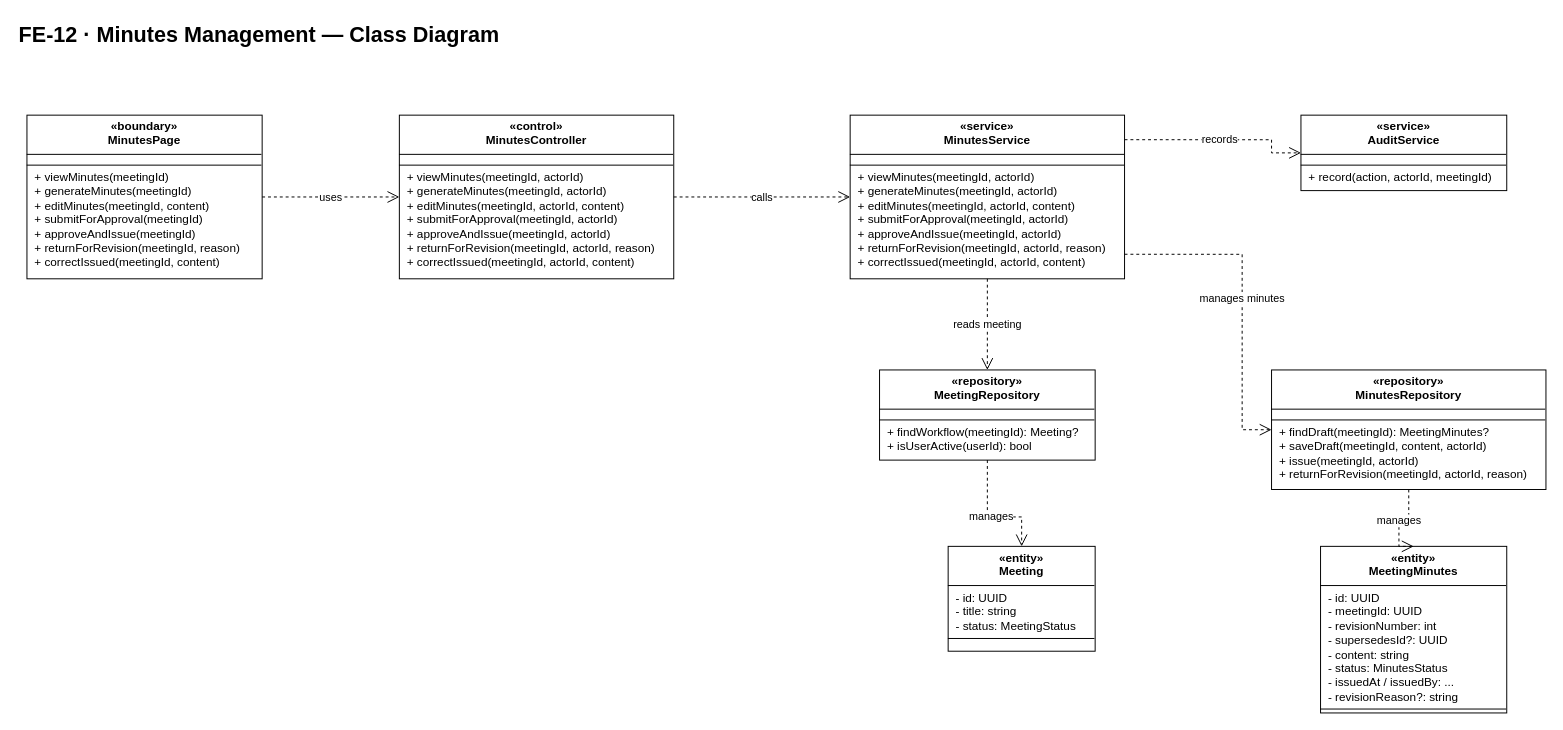
This is docs/07-classdiagram/feature-12-minutes-management-class-diagram.drawio from callmehai/FU-FA26-G116, a draw.io file, before an edit. Source tidied: cells renumbered, new cells numbered last; positions are measured from the earlier drawing's top-left corner, leaving out a move shared by most shapes. Both pictures are drawn from the tidied source at 98%, with x=0, y=0 at pixel (17, 17).
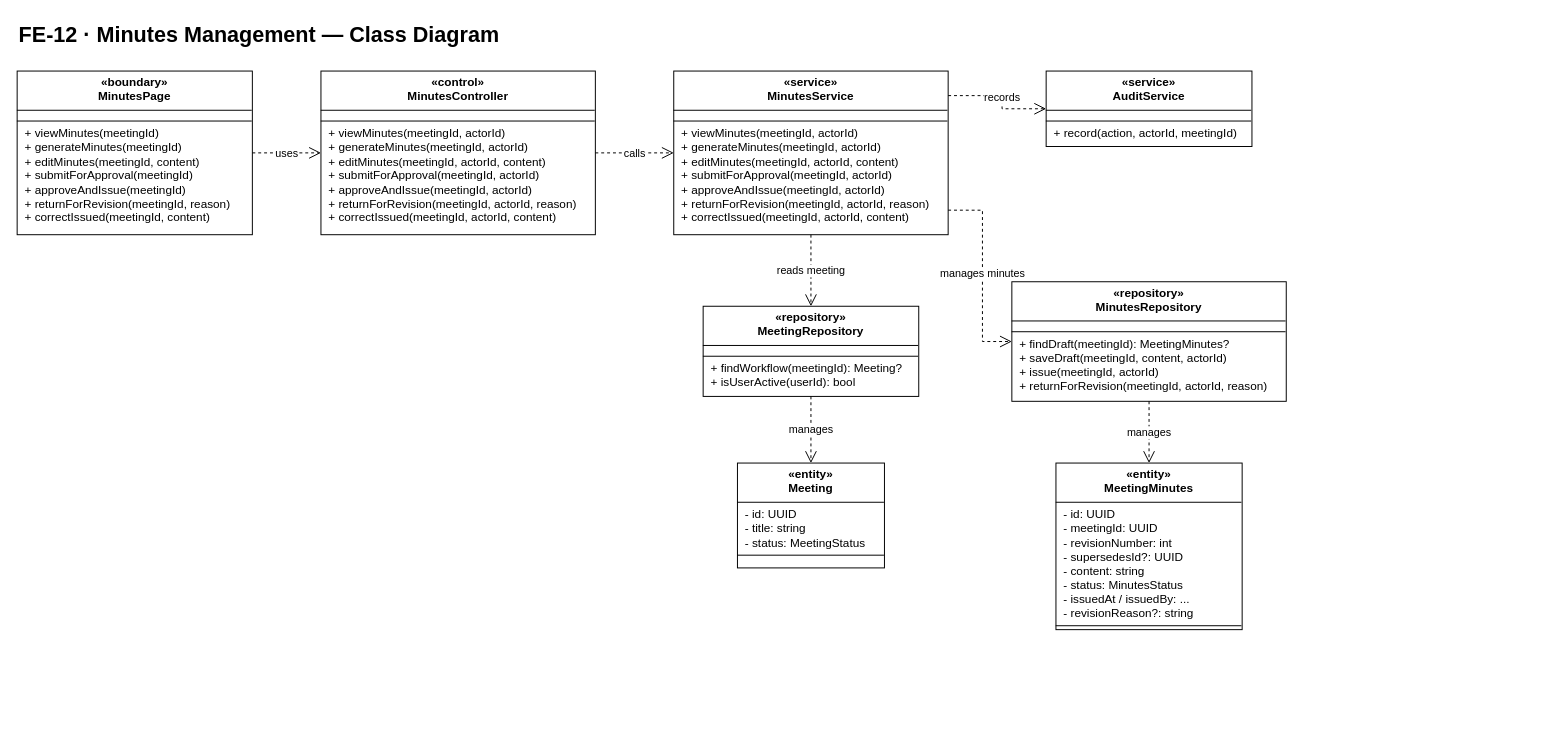
Above is the later version.

Diff of the diagram source:
```diff
@@
     <mxCell id="3" value="&lt;div style=&quot;text-align:center;font-weight:bold;padding:5px 4px 4px 4px;height:31px;&quot;&gt;«boundary»&lt;br&gt;MinutesPage&lt;/div&gt;&lt;hr style=&quot;margin:0;border:none;border-top:1px solid #000000;height:0;&quot;&gt;&lt;div style=&quot;text-align:left;padding:5px 8px 5px 8px;white-space:nowrap;&quot;&gt;&lt;/div&gt;&lt;hr style=&quot;margin:0;border:none;border-top:1px solid #000000;height:0;&quot;&gt;&lt;div style=&quot;text-align:left;padding:5px 8px 5px 8px;white-space:nowrap;&quot;&gt;+ viewMinutes(meetingId)&lt;br&gt;+ generateMinutes(meetingId)&lt;br&gt;+ editMinutes(meetingId, content)&lt;br&gt;+ submitForApproval(meetingId)&lt;br&gt;+ approveAndIssue(meetingId)&lt;br&gt;+ returnForRevision(meetingId, reason)&lt;br&gt;+ correctIssued(meetingId, content)&lt;/div&gt;" style="rounded=0;whiteSpace=wrap;html=1;align=left;verticalAlign=top;spacing=0;overflow=fill;fillColor=#ffffff;strokeColor=#000000;fontSize=12;fontFamily=Helvetica;fontColor=#000000;" parent="1" vertex="1">
-      <mxGeometry x="10" y="100" width="240" height="167" as="geometry" />
+      <mxGeometry y="55" width="240" height="167" as="geometry" />
     </mxCell>
     <mxCell id="4" value="&lt;div style=&quot;text-align:center;font-weight:bold;padding:5px 4px 4px 4px;height:31px;&quot;&gt;«control»&lt;br&gt;MinutesController&lt;/div&gt;&lt;hr style=&quot;margin:0;border:none;border-top:1px solid #000000;height:0;&quot;&gt;&lt;div style=&quot;text-align:left;padding:5px 8px 5px 8px;white-space:nowrap;&quot;&gt;&lt;/div&gt;&lt;hr style=&quot;margin:0;border:none;border-top:1px solid #000000;height:0;&quot;&gt;&lt;div style=&quot;text-align:left;padding:5px 8px 5px 8px;white-space:nowrap;&quot;&gt;+ viewMinutes(meetingId, actorId)&lt;br&gt;+ generateMinutes(meetingId, actorId)&lt;br&gt;+ editMinutes(meetingId, actorId, content)&lt;br&gt;+ submitForApproval(meetingId, actorId)&lt;br&gt;+ approveAndIssue(meetingId, actorId)&lt;br&gt;+ returnForRevision(meetingId, actorId, reason)&lt;br&gt;+ correctIssued(meetingId, actorId, content)&lt;/div&gt;" style="rounded=0;whiteSpace=wrap;html=1;align=left;verticalAlign=top;spacing=0;overflow=fill;fillColor=#ffffff;strokeColor=#000000;fontSize=12;fontFamily=Helvetica;fontColor=#000000;" parent="1" vertex="1">
-      <mxGeometry x="390" y="100" width="280" height="167" as="geometry" />
+      <mxGeometry x="310" y="55" width="280" height="167" as="geometry" />
     </mxCell>
     <mxCell id="5" value="&lt;div style=&quot;text-align:center;font-weight:bold;padding:5px 4px 4px 4px;height:31px;&quot;&gt;«service»&lt;br&gt;MinutesService&lt;/div&gt;&lt;hr style=&quot;margin:0;border:none;border-top:1px solid #000000;height:0;&quot;&gt;&lt;div style=&quot;text-align:left;padding:5px 8px 5px 8px;white-space:nowrap;&quot;&gt;&lt;/div&gt;&lt;hr style=&quot;margin:0;border:none;border-top:1px solid #000000;height:0;&quot;&gt;&lt;div style=&quot;text-align:left;padding:5px 8px 5px 8px;white-space:nowrap;&quot;&gt;+ viewMinutes(meetingId, actorId)&lt;br&gt;+ generateMinutes(meetingId, actorId)&lt;br&gt;+ editMinutes(meetingId, actorId, content)&lt;br&gt;+ submitForApproval(meetingId, actorId)&lt;br&gt;+ approveAndIssue(meetingId, actorId)&lt;br&gt;+ returnForRevision(meetingId, actorId, reason)&lt;br&gt;+ correctIssued(meetingId, actorId, content)&lt;/div&gt;" style="rounded=0;whiteSpace=wrap;html=1;align=left;verticalAlign=top;spacing=0;overflow=fill;fillColor=#ffffff;strokeColor=#000000;fontSize=12;fontFamily=Helvetica;fontColor=#000000;" parent="1" vertex="1">
-      <mxGeometry x="850" y="100" width="280" height="167" as="geometry" />
+      <mxGeometry x="670" y="55" width="280" height="167" as="geometry" />
     </mxCell>
     <mxCell id="6" value="&lt;div style=&quot;text-align:center;font-weight:bold;padding:5px 4px 4px 4px;height:31px;&quot;&gt;«service»&lt;br&gt;AuditService&lt;/div&gt;&lt;hr style=&quot;margin:0;border:none;border-top:1px solid #000000;height:0;&quot;&gt;&lt;div style=&quot;text-align:left;padding:5px 8px 5px 8px;white-space:nowrap;&quot;&gt;&lt;/div&gt;&lt;hr style=&quot;margin:0;border:none;border-top:1px solid #000000;height:0;&quot;&gt;&lt;div style=&quot;text-align:left;padding:5px 8px 5px 8px;white-space:nowrap;&quot;&gt;+ record(action, actorId, meetingId)&lt;/div&gt;" style="rounded=0;whiteSpace=wrap;html=1;align=left;verticalAlign=top;spacing=0;overflow=fill;fillColor=#ffffff;strokeColor=#000000;fontSize=12;fontFamily=Helvetica;fontColor=#000000;" parent="1" vertex="1">
-      <mxGeometry x="1310" y="100" width="210" height="77" as="geometry" />
+      <mxGeometry x="1050" y="55" width="210" height="77" as="geometry" />
     </mxCell>
     <mxCell id="7" value="&lt;div style=&quot;text-align:center;font-weight:bold;padding:5px 4px 4px 4px;height:31px;&quot;&gt;«repository»&lt;br&gt;MeetingRepository&lt;/div&gt;&lt;hr style=&quot;margin:0;border:none;border-top:1px solid #000000;height:0;&quot;&gt;&lt;div style=&quot;text-align:left;padding:5px 8px 5px 8px;white-space:nowrap;&quot;&gt;&lt;/div&gt;&lt;hr style=&quot;margin:0;border:none;border-top:1px solid #000000;height:0;&quot;&gt;&lt;div style=&quot;text-align:left;padding:5px 8px 5px 8px;white-space:nowrap;&quot;&gt;+ findWorkflow(meetingId): Meeting?&lt;br&gt;+ isUserActive(userId): bool&lt;/div&gt;" style="rounded=0;whiteSpace=wrap;html=1;align=left;verticalAlign=top;spacing=0;overflow=fill;fillColor=#ffffff;strokeColor=#000000;fontSize=12;fontFamily=Helvetica;fontColor=#000000;" parent="1" vertex="1">
-      <mxGeometry x="880" y="360" width="220" height="92" as="geometry" />
+      <mxGeometry x="700" y="295" width="220" height="92" as="geometry" />
     </mxCell>
     <mxCell id="8" value="&lt;div style=&quot;text-align:center;font-weight:bold;padding:5px 4px 4px 4px;height:31px;&quot;&gt;«repository»&lt;br&gt;MinutesRepository&lt;/div&gt;&lt;hr style=&quot;margin:0;border:none;border-top:1px solid #000000;height:0;&quot;&gt;&lt;div style=&quot;text-align:left;padding:5px 8px 5px 8px;white-space:nowrap;&quot;&gt;&lt;/div&gt;&lt;hr style=&quot;margin:0;border:none;border-top:1px solid #000000;height:0;&quot;&gt;&lt;div style=&quot;text-align:left;padding:5px 8px 5px 8px;white-space:nowrap;&quot;&gt;+ findDraft(meetingId): MeetingMinutes?&lt;br&gt;+ saveDraft(meetingId, content, actorId)&lt;br&gt;+ issue(meetingId, actorId)&lt;br&gt;+ returnForRevision(meetingId, actorId, reason)&lt;/div&gt;" style="rounded=0;whiteSpace=wrap;html=1;align=left;verticalAlign=top;spacing=0;overflow=fill;fillColor=#ffffff;strokeColor=#000000;fontSize=12;fontFamily=Helvetica;fontColor=#000000;" parent="1" vertex="1">
-      <mxGeometry x="1280" y="360" width="280" height="122" as="geometry" />
+      <mxGeometry x="1015" y="270" width="280" height="122" as="geometry" />
     </mxCell>
     <mxCell id="9" value="&lt;div style=&quot;text-align:center;font-weight:bold;padding:5px 4px 4px 4px;height:31px;&quot;&gt;«entity»&lt;br&gt;Meeting&lt;/div&gt;&lt;hr style=&quot;margin:0;border:none;border-top:1px solid #000000;height:0;&quot;&gt;&lt;div style=&quot;text-align:left;padding:5px 8px 5px 8px;white-space:nowrap;&quot;&gt;- id: UUID&lt;br&gt;- title: string&lt;br&gt;- status: MeetingStatus&lt;/div&gt;&lt;hr style=&quot;margin:0;border:none;border-top:1px solid #000000;height:0;&quot;&gt;&lt;div style=&quot;text-align:left;padding:5px 8px 5px 8px;white-space:nowrap;&quot;&gt;&lt;/div&gt;" style="rounded=0;whiteSpace=wrap;html=1;align=left;verticalAlign=top;spacing=0;overflow=fill;fillColor=#ffffff;strokeColor=#000000;fontSize=12;fontFamily=Helvetica;fontColor=#000000;" parent="1" vertex="1">
-      <mxGeometry x="950" y="540" width="150" height="107" as="geometry" />
+      <mxGeometry x="735" y="455" width="150" height="107" as="geometry" />
     </mxCell>
     <mxCell id="10" value="&lt;div style=&quot;text-align:center;font-weight:bold;padding:5px 4px 4px 4px;height:31px;&quot;&gt;«entity»&lt;br&gt;MeetingMinutes&lt;/div&gt;&lt;hr style=&quot;margin:0;border:none;border-top:1px solid #000000;height:0;&quot;&gt;&lt;div style=&quot;text-align:left;padding:5px 8px 5px 8px;white-space:nowrap;&quot;&gt;- id: UUID&lt;br&gt;- meetingId: UUID&lt;br&gt;- revisionNumber: int&lt;br&gt;- supersedesId?: UUID&lt;br&gt;- content: string&lt;br&gt;- status: MinutesStatus&lt;br&gt;- issuedAt / issuedBy: ...&lt;br&gt;- revisionReason?: string&lt;/div&gt;&lt;hr style=&quot;margin:0;border:none;border-top:1px solid #000000;height:0;&quot;&gt;&lt;div style=&quot;text-align:left;padding:5px 8px 5px 8px;white-space:nowrap;&quot;&gt;&lt;/div&gt;" style="rounded=0;whiteSpace=wrap;html=1;align=left;verticalAlign=top;spacing=0;overflow=fill;fillColor=#ffffff;strokeColor=#000000;fontSize=12;fontFamily=Helvetica;fontColor=#000000;" parent="1" vertex="1">
-      <mxGeometry x="1330" y="540" width="190" height="170" as="geometry" />
+      <mxGeometry x="1060" y="455" width="190" height="170" as="geometry" />
     </mxCell>
-    <mxCell id="11" value="uses" style="edgeStyle=orthogonalEdgeStyle;jettySize=auto;html=1;dashed=1;endArrow=open;labelBackgroundColor=#ffffff;rounded=0;endSize=10;fontSize=11;fontFamily=Helvetica;exitX=1;exitY=0.5;exitDx=0;exitDy=0;entryX=0;entryY=0.5;entryDx=0;entryDy=0;" parent="1" edge="1" source="3" target="4">
+    <mxCell id="11" value="uses" style="edgeStyle=orthogonalEdgeStyle;jettySize=auto;html=1;dashed=1;endArrow=open;labelBackgroundColor=#ffffff;rounded=0;endSize=10;fontSize=11;fontFamily=Helvetica;exitDx=0;exitDy=0;entryDx=0;entryDy=0;exitX=1;exitY=0.5;entryX=0;entryY=0.5;" parent="1" edge="1" source="3" target="4">
       <mxGeometry relative="1" as="geometry" />
     </mxCell>
-    <mxCell id="12" value="calls" style="edgeStyle=orthogonalEdgeStyle;jettySize=auto;html=1;dashed=1;endArrow=open;labelBackgroundColor=#ffffff;rounded=0;endSize=10;fontSize=11;fontFamily=Helvetica;exitX=1;exitY=0.5;exitDx=0;exitDy=0;entryX=0;entryY=0.5;entryDx=0;entryDy=0;" parent="1" edge="1" source="4" target="5">
+    <mxCell id="12" value="calls" style="edgeStyle=orthogonalEdgeStyle;jettySize=auto;html=1;dashed=1;endArrow=open;labelBackgroundColor=#ffffff;rounded=0;endSize=10;fontSize=11;fontFamily=Helvetica;exitDx=0;exitDy=0;entryDx=0;entryDy=0;exitX=1;exitY=0.5;entryX=0;entryY=0.5;" parent="1" edge="1" source="4" target="5">
       <mxGeometry relative="1" as="geometry" />
     </mxCell>
-    <mxCell id="13" value="reads meeting" style="edgeStyle=orthogonalEdgeStyle;jettySize=auto;html=1;dashed=1;endArrow=open;labelBackgroundColor=#ffffff;rounded=0;endSize=10;fontSize=11;fontFamily=Helvetica;exitX=0.5;exitY=1;exitDx=0;exitDy=0;entryX=0.5;entryY=0;entryDx=0;entryDy=0;" parent="1" edge="1" source="5" target="7">
+    <mxCell id="13" value="reads meeting" style="edgeStyle=orthogonalEdgeStyle;jettySize=auto;html=1;dashed=1;endArrow=open;labelBackgroundColor=#ffffff;rounded=0;endSize=10;fontSize=11;fontFamily=Helvetica;exitDx=0;exitDy=0;entryDx=0;entryDy=0;exitX=0.5;exitY=1;entryX=0.5;entryY=0;" parent="1" edge="1" source="5" target="7">
       <mxGeometry relative="1" as="geometry" />
     </mxCell>
-    <mxCell id="14" value="manages minutes" style="edgeStyle=orthogonalEdgeStyle;jettySize=auto;html=1;dashed=1;endArrow=open;labelBackgroundColor=#ffffff;rounded=0;endSize=10;fontSize=11;fontFamily=Helvetica;exitX=1;exitY=0.85;exitDx=0;exitDy=0;entryX=0;entryY=0.5;entryDx=0;entryDy=0;" parent="1" edge="1" source="5" target="8">
+    <mxCell id="14" value="manages minutes" style="edgeStyle=orthogonalEdgeStyle;jettySize=auto;html=1;dashed=1;endArrow=open;labelBackgroundColor=#ffffff;rounded=0;endSize=10;fontSize=11;fontFamily=Helvetica;exitDx=0;exitDy=0;entryDx=0;entryDy=0;exitX=1;exitY=0.85;entryX=0;entryY=0.5;" parent="1" edge="1" source="5" target="8">
       <mxGeometry relative="1" as="geometry">
         <Array as="points">
-          <mxPoint x="1250" y="241.9" />
-          <mxPoint x="1250" y="421" />
+          <mxPoint x="985" y="197" />
+          <mxPoint x="985" y="331" />
         </Array>
       </mxGeometry>
     </mxCell>
-    <mxCell id="15" value="records" style="edgeStyle=orthogonalEdgeStyle;jettySize=auto;html=1;dashed=1;endArrow=open;labelBackgroundColor=#ffffff;rounded=0;endSize=10;fontSize=11;fontFamily=Helvetica;exitX=1;exitY=0.15;exitDx=0;exitDy=0;entryX=0;entryY=0.5;entryDx=0;entryDy=0;" parent="1" edge="1" source="5" target="6">
+    <mxCell id="15" value="records" style="edgeStyle=orthogonalEdgeStyle;jettySize=auto;html=1;dashed=1;endArrow=open;labelBackgroundColor=#ffffff;rounded=0;endSize=10;fontSize=11;fontFamily=Helvetica;exitDx=0;exitDy=0;entryDx=0;entryDy=0;exitX=1;exitY=0.15;entryX=0;entryY=0.5;" parent="1" edge="1" source="5" target="6">
       <mxGeometry relative="1" as="geometry">
         <Array as="points">
-          <mxPoint x="1280" y="125.1" />
-          <mxPoint x="1280" y="138.5" />
+          <mxPoint x="1005" y="80" />
+          <mxPoint x="1005" y="93.5" />
         </Array>
       </mxGeometry>
     </mxCell>
-    <mxCell id="16" value="manages" style="edgeStyle=orthogonalEdgeStyle;jettySize=auto;html=1;dashed=1;endArrow=open;labelBackgroundColor=#ffffff;rounded=0;endSize=10;fontSize=11;fontFamily=Helvetica;exitX=0.5;exitY=1;exitDx=0;exitDy=0;entryX=0.5;entryY=0;entryDx=0;entryDy=0;" parent="1" edge="1" source="8" target="10">
-      <mxGeometry relative="1" as="geometry">
-        <Array as="points">
-          <mxPoint x="1420" y="510" />
-          <mxPoint x="1410" y="510" />
-        </Array>
-      </mxGeometry>
+    <mxCell id="16" value="manages" style="edgeStyle=orthogonalEdgeStyle;jettySize=auto;html=1;dashed=1;endArrow=open;labelBackgroundColor=#ffffff;rounded=0;endSize=10;fontSize=11;fontFamily=Helvetica;exitDx=0;exitDy=0;entryDx=0;entryDy=0;exitX=0.5;exitY=1;entryX=0.5;entryY=0;" parent="1" edge="1" source="8" target="10">
+      <mxGeometry relative="1" as="geometry" />
     </mxCell>
-    <mxCell id="17" value="manages" style="edgeStyle=orthogonalEdgeStyle;jettySize=auto;html=1;dashed=1;endArrow=open;labelBackgroundColor=#ffffff;rounded=0;endSize=10;fontSize=11;fontFamily=Helvetica;exitX=0.5;exitY=1;exitDx=0;exitDy=0;entryX=0.5;entryY=0;entryDx=0;entryDy=0;" parent="1" edge="1" source="7" target="9">
-      <mxGeometry relative="1" as="geometry">
-        <Array as="points">
-          <mxPoint x="990" y="510" />
-          <mxPoint x="1025" y="510" />
-        </Array>
-      </mxGeometry>
+    <mxCell id="17" value="manages" style="edgeStyle=orthogonalEdgeStyle;jettySize=auto;html=1;dashed=1;endArrow=open;labelBackgroundColor=#ffffff;rounded=0;endSize=10;fontSize=11;fontFamily=Helvetica;exitDx=0;exitDy=0;entryDx=0;entryDy=0;exitX=0.5;exitY=1;entryX=0.5;entryY=0;" parent="1" edge="1" source="7" target="9">
+      <mxGeometry relative="1" as="geometry" />
     </mxCell>
```
